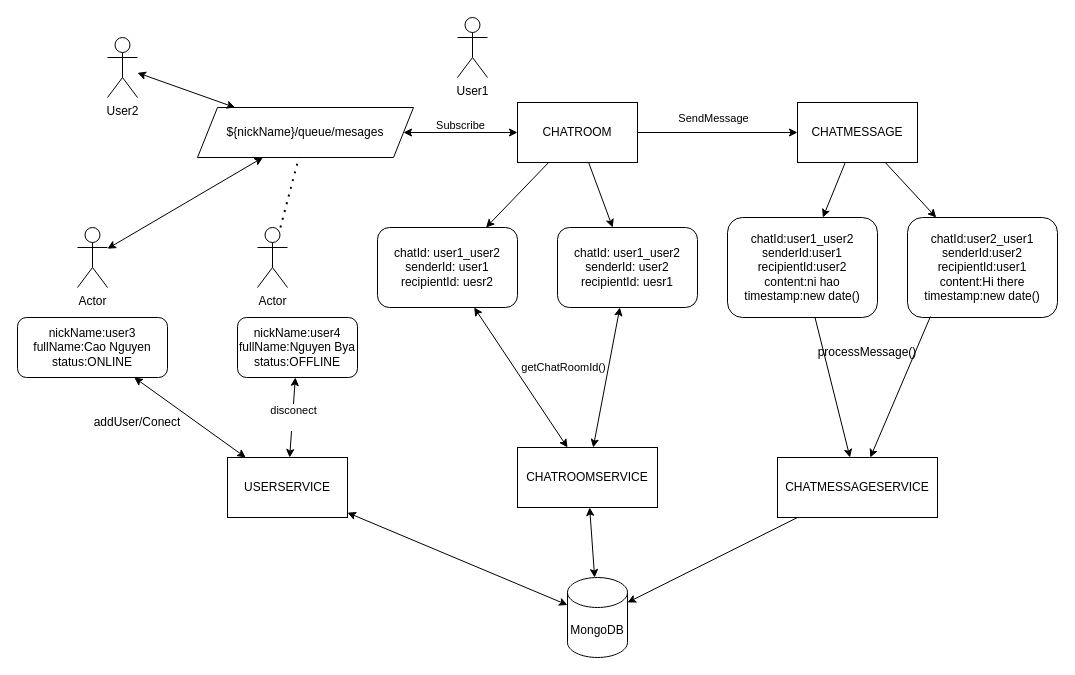
CaoNguyen-1883/ChatApp keeps this draw.io diagram as howAppWorks.drawio. Above is the earlier version. Source tidied: cells renumbered, new cells numbered last; positions are measured from the earlier drawing's top-left corner, leaving out a move shared by most shapes. Both pictures are drawn from the tidied source at 100%, with x=0, y=0 at pixel (17, 17).
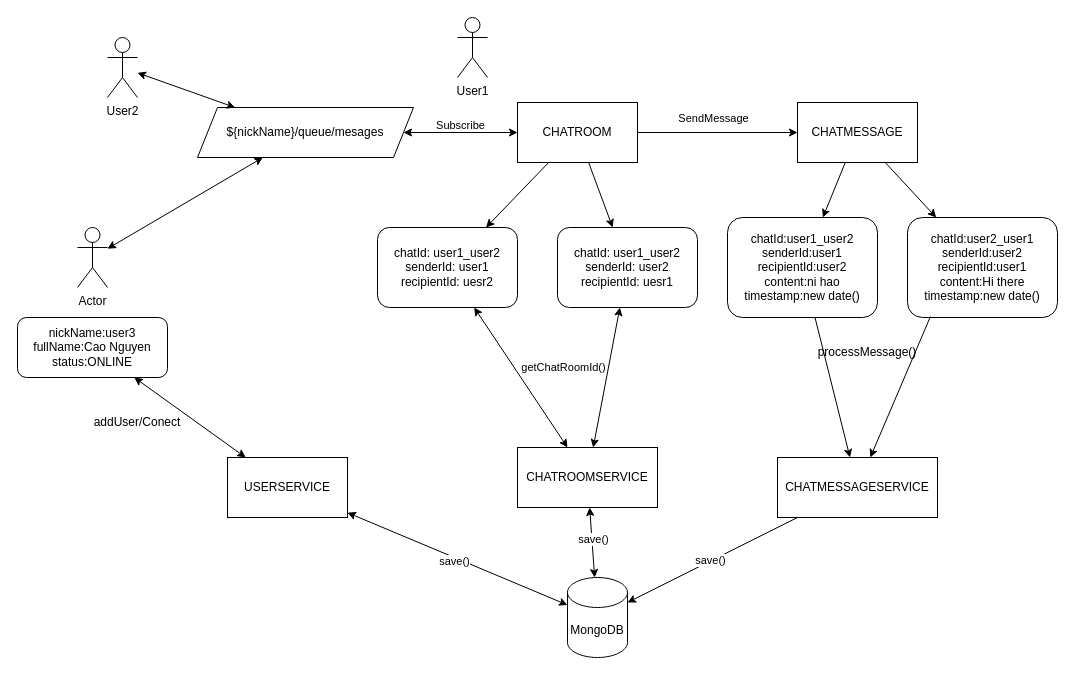
The same diagram, later.

Commit message:
Cập nhật howAppWorks.drawio

Unchanged cells that the change refers to:
```xml
<mxCell id="2" value="${nickName}/queue/mesages" style="shape=parallelogram;perimeter=parallelogramPerimeter;whiteSpace=wrap;html=1;fixedSize=1;" parent="1" vertex="1">
  <mxGeometry x="180" y="90" width="216" height="50" as="geometry" />
</mxCell>
<mxCell id="26" style="endArrow=classic;startArrow=classic;html=1;rounded=0;" parent="1" edge="1" source="17" target="43">
  <mxGeometry relative="1" as="geometry" />
</mxCell>
<mxCell id="27" style="endArrow=classic;html=1;rounded=0;" parent="1" edge="1" source="44" target="17">
  <mxGeometry relative="1" as="geometry" />
</mxCell>
<mxCell id="30" style="endArrow=classic;startArrow=classic;html=1;rounded=0;entryX=0;entryY=0;entryDx=0;entryDy=27.5;entryPerimeter=0;" parent="1" edge="1" source="42" target="17">
  <mxGeometry relative="1" as="geometry" />
</mxCell>
<mxCell id="42" value="USERSERVICE" style="rounded=0;whiteSpace=wrap;html=1;" parent="1" vertex="1">
  <mxGeometry x="210" y="440" width="120" height="60" as="geometry" />
</mxCell>
```

Change to the diagram source:
```diff
@@
+    <mxCell id="45" value="save()" style="edgeLabel;html=1;align=center;verticalAlign=middle;" parent="26" vertex="1">
+      <mxGeometry x="0.11" y="-1" relative="1" as="geometry" />
+    </mxCell>
@@
+    <mxCell id="46" value="save()" style="edgeLabel;html=1;align=center;verticalAlign=middle;" parent="27" vertex="1">
+      <mxGeometry x="0.02" y="-1" relative="1" as="geometry" />
+    </mxCell>
@@
+    <mxCell id="47" value="save()" style="edgeLabel;html=1;align=center;verticalAlign=middle;" parent="30" vertex="1">
+      <mxGeometry x="-0.02" y="-3" relative="1" as="geometry" />
+    </mxCell>
@@
-    <mxCell id="35" value="Actor" style="shape=umlActor;verticalLabelPosition=bottom;verticalAlign=top;html=1;outlineConnect=0;" parent="1" vertex="1">
-      <mxGeometry x="240" y="210" width="30" height="60" as="geometry" />
-    </mxCell>
-    <mxCell id="36" style="endArrow=none;dashed=1;html=1;dashPattern=1 3;strokeWidth=2;rounded=0;" parent="1" edge="1" source="35" target="2">
-      <mxGeometry relative="1" as="geometry" />
-    </mxCell>
-    <mxCell id="37" style="endArrow=classic;startArrow=classic;html=1;rounded=0;" parent="1" edge="1" source="42" target="39">
-      <mxGeometry relative="1" as="geometry" />
-    </mxCell>
-    <mxCell id="38" value="disconect&lt;div&gt;&lt;br&gt;&lt;/div&gt;" style="edgeLabel;html=1;align=center;verticalAlign=middle;" parent="37" vertex="1">
-      <mxGeometry x="0.01" relative="1" as="geometry" />
-    </mxCell>
-    <mxCell id="39" value="nickName:user4&lt;div&gt;fullName:Nguyen Bya&lt;/div&gt;&lt;div&gt;status:OFFLINE&lt;/div&gt;" style="rounded=1;whiteSpace=wrap;html=1;" parent="1" vertex="1">
-      <mxGeometry x="220" y="300" width="120" height="60" as="geometry" />
-    </mxCell>
```
